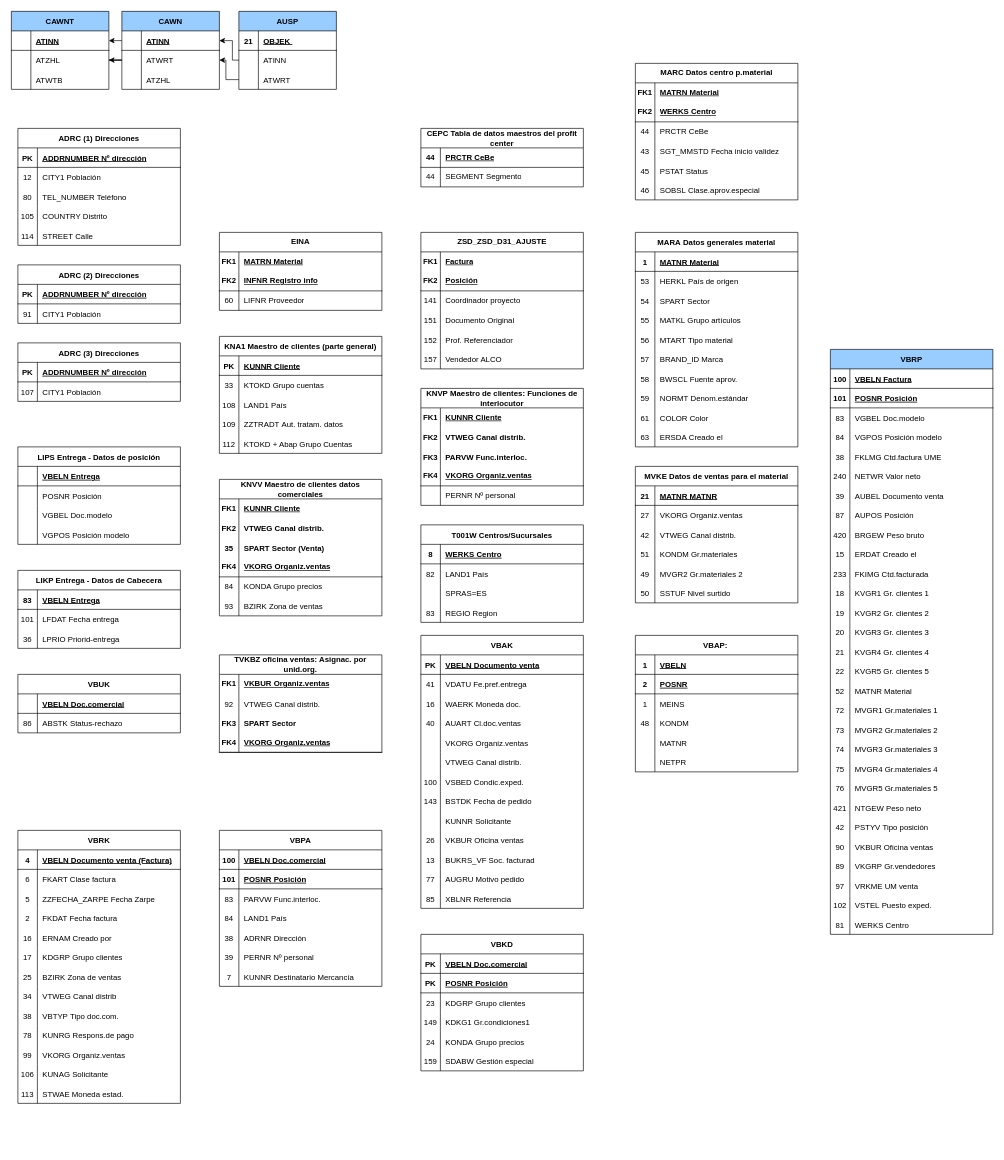
Above: Untitled Diagram.drawio in Jacarrascoh1977/Ventas_Y_Contribuciones (draw.io), before the change. Source tidied: cells renumbered, new cells numbered last; positions are measured from the earlier drawing's top-left corner, leaving out a move shared by most shapes. Both pictures are drawn from the tidied source at 65%, with x=0, y=0 at pixel (11, 11).
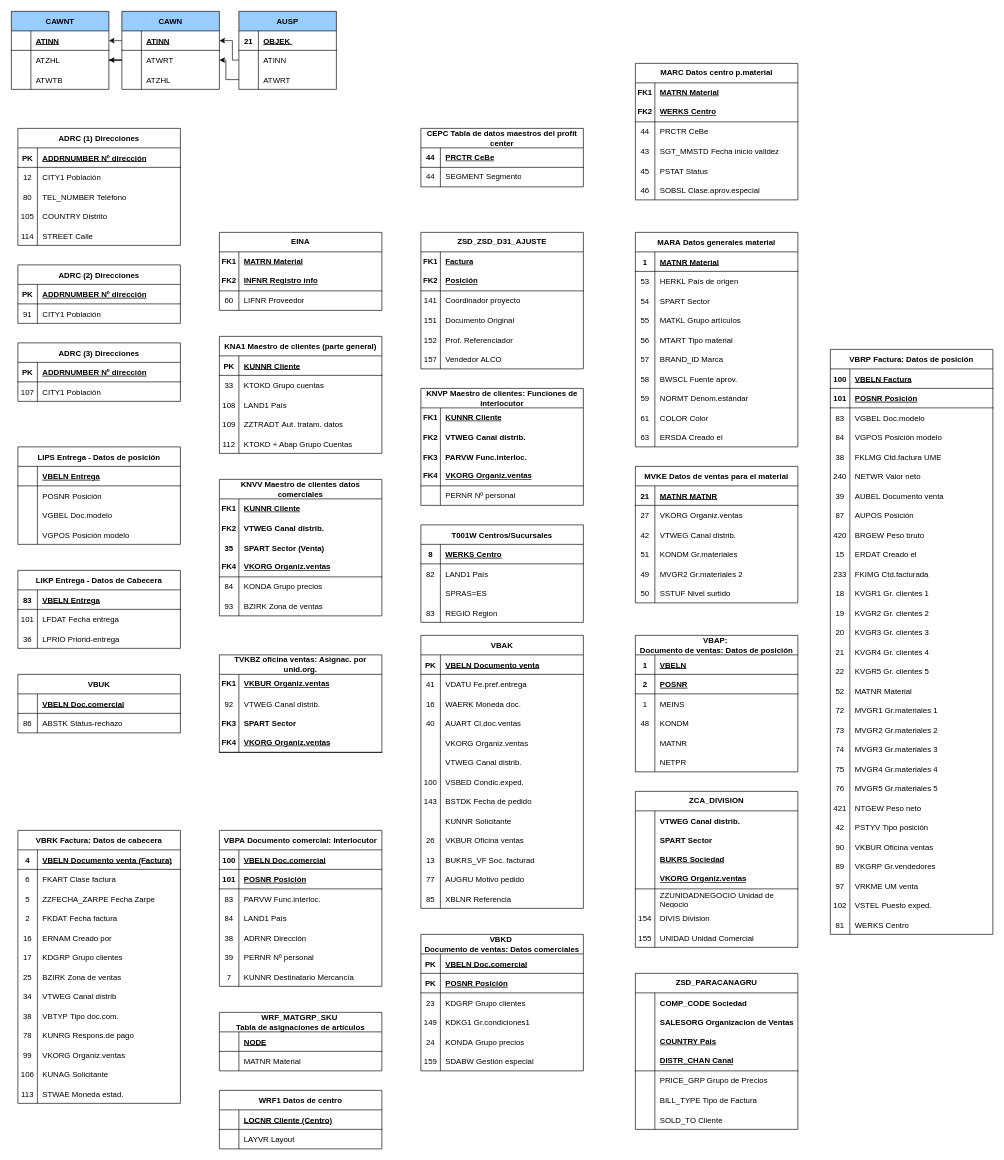
Above is the later version.

What changed in the source:
```diff
@@
-    <mxCell id="311" value="VBAP: " style="shape=table;startSize=30;childLayout=tableLayout;rowLines=0;fontStyle=1;align=center;" parent="1" vertex="1">
+    <mxCell id="311" value="VBAP: &#10;Documento de ventas: Datos de posición" style="shape=table;startSize=30;childLayout=tableLayout;rowLines=0;fontStyle=1;align=center;" parent="1" vertex="1">
       <mxGeometry x="960" y="960" width="250" height="210" as="geometry" />
     </mxCell>
@@
-    <mxCell id="330" value="VBKD" style="shape=table;startSize=30;childLayout=tableLayout;rowLines=0;fontStyle=1;align=center;" parent="1" vertex="1">
+    <mxCell id="330" value="VBKD &#10;Documento de ventas: Datos comerciales" style="shape=table;startSize=30;childLayout=tableLayout;rowLines=0;fontStyle=1;align=center;" parent="1" vertex="1">
       <mxGeometry x="630" y="1420" width="250" height="210" as="geometry" />
     </mxCell>
@@
-    <mxCell id="356" value="VBRK" style="shape=table;startSize=30;childLayout=tableLayout;rowLines=0;fontStyle=1;align=center;" parent="1" vertex="1">
+    <mxCell id="356" value="VBRK Factura: Datos de cabecera" style="shape=table;startSize=30;childLayout=tableLayout;rowLines=0;fontStyle=1;align=center;" parent="1" vertex="1">
       <mxGeometry x="10" y="1260" width="250" height="420" as="geometry" />
     </mxCell>
@@
-    <mxCell id="396" value="VBRP" style="shape=table;startSize=30;childLayout=tableLayout;rowLines=0;fontStyle=1;align=center;fillColor=#99CCFF;" parent="1" vertex="1">
+    <mxCell id="396" value="VBRP Factura: Datos de posición" style="shape=table;startSize=30;childLayout=tableLayout;rowLines=0;fontStyle=1;align=center;" parent="1" vertex="1">
       <mxGeometry x="1260" y="520" width="250" height="900" as="geometry" />
     </mxCell>
@@
-    <mxCell id="484" value="VBPA" style="shape=table;startSize=30;childLayout=tableLayout;rowLines=0;fontStyle=1;align=center;" parent="1" vertex="1">
+    <mxCell id="484" value="VBPA Documento comercial: Interlocutor" style="shape=table;startSize=30;childLayout=tableLayout;rowLines=0;fontStyle=1;align=center;" parent="1" vertex="1">
       <mxGeometry x="320" y="1260" width="250" height="240" as="geometry" />
     </mxCell>
@@
+    <mxCell id="506" value="WRF_MATGRP_SKU &#10;Tabla de asignaciones de artículos" style="shape=table;startSize=30;childLayout=tableLayout;rowLines=0;fontStyle=1;align=center;" parent="1" vertex="1">
+      <mxGeometry x="320" y="1540" width="250" height="90" as="geometry" />
+    </mxCell>
+    <mxCell id="507" style="shape=partialRectangle;fillColor=none;top=0;left=0;right=0;bottom=1;" parent="506" vertex="1">
+      <mxGeometry y="30" width="250" height="30" as="geometry" />
+    </mxCell>
+    <mxCell id="508" style="shape=partialRectangle;overflow=hidden;fillColor=none;top=0;left=0;bottom=0;right=0;fontStyle=1;" parent="507" vertex="1">
+      <mxGeometry width="30" height="30" as="geometry" />
+    </mxCell>
+    <mxCell id="509" value="NODE" style="shape=partialRectangle;overflow=hidden;fillColor=none;top=0;left=0;bottom=0;right=0;align=left;spacingLeft=6;fontStyle=5;" parent="507" vertex="1">
+      <mxGeometry x="30" width="220" height="30" as="geometry" />
+    </mxCell>
+    <mxCell id="510" style="shape=partialRectangle;fillColor=none;top=0;left=0;right=0;bottom=0;" parent="506" vertex="1">
+      <mxGeometry y="60" width="250" height="30" as="geometry" />
+    </mxCell>
+    <mxCell id="511" style="shape=partialRectangle;overflow=hidden;fillColor=none;top=0;left=0;bottom=0;right=0;" parent="510" vertex="1">
+      <mxGeometry width="30" height="30" as="geometry" />
+    </mxCell>
+    <mxCell id="512" value="MATNR Material" style="shape=partialRectangle;overflow=hidden;fillColor=none;top=0;left=0;bottom=0;right=0;align=left;spacingLeft=6;" parent="510" vertex="1">
+      <mxGeometry x="30" width="220" height="30" as="geometry" />
+    </mxCell>
+    <mxCell id="513" value="WRF1 Datos de centro" style="shape=table;startSize=30;childLayout=tableLayout;rowLines=0;fontStyle=1;align=center;" parent="1" vertex="1">
+      <mxGeometry x="320" y="1660" width="250" height="90" as="geometry" />
+    </mxCell>
+    <mxCell id="514" style="shape=partialRectangle;fillColor=none;top=0;left=0;right=0;bottom=1;" parent="513" vertex="1">
+      <mxGeometry y="30" width="250" height="30" as="geometry" />
+    </mxCell>
+    <mxCell id="515" style="shape=partialRectangle;overflow=hidden;fillColor=none;top=0;left=0;bottom=0;right=0;fontStyle=1;" parent="514" vertex="1">
+      <mxGeometry width="30" height="30" as="geometry" />
+    </mxCell>
+    <mxCell id="516" value="LOCNR Cliente (Centro)" style="shape=partialRectangle;overflow=hidden;fillColor=none;top=0;left=0;bottom=0;right=0;align=left;spacingLeft=6;fontStyle=5;" parent="514" vertex="1">
+      <mxGeometry x="30" width="220" height="30" as="geometry" />
+    </mxCell>
+    <mxCell id="517" style="shape=partialRectangle;fillColor=none;top=0;left=0;right=0;bottom=0;" parent="513" vertex="1">
+      <mxGeometry y="60" width="250" height="30" as="geometry" />
+    </mxCell>
+    <mxCell id="518" style="shape=partialRectangle;overflow=hidden;fillColor=none;top=0;left=0;bottom=0;right=0;" parent="517" vertex="1">
+      <mxGeometry width="30" height="30" as="geometry" />
+    </mxCell>
+    <mxCell id="519" value="LAYVR Layout" style="shape=partialRectangle;overflow=hidden;fillColor=none;top=0;left=0;bottom=0;right=0;align=left;spacingLeft=6;" parent="517" vertex="1">
+      <mxGeometry x="30" width="220" height="30" as="geometry" />
+    </mxCell>
+    <mxCell id="520" value="ZCA_DIVISION" style="shape=table;startSize=30;childLayout=tableLayout;rowLines=0;fontStyle=1;align=center;html=1;whiteSpace=wrap;" parent="1" vertex="1">
+      <mxGeometry x="960" y="1200" width="250" height="240" as="geometry" />
+    </mxCell>
+    <mxCell id="521" style="shape=tableRow;horizontal=0;startSize=0;swimlaneHead=0;swimlaneBody=0;fillColor=none;top=0;left=0;right=0;bottom=0;" parent="520" vertex="1">
+      <mxGeometry y="30" width="250" height="30" as="geometry" />
+    </mxCell>
+    <mxCell id="522" style="shape=partialRectangle;fillColor=none;top=0;left=0;bottom=0;right=0;overflow=hidden;" parent="521" vertex="1">
+      <mxGeometry width="30" height="30" as="geometry" />
+    </mxCell>
+    <mxCell id="523" value="VTWEG Canal distrib." style="shape=partialRectangle;fillColor=none;top=0;left=0;bottom=0;right=0;align=left;spacingLeft=6;overflow=hidden;fontStyle=1;" parent="521" vertex="1">
+      <mxGeometry x="30" width="220" height="30" as="geometry" />
+    </mxCell>
+    <mxCell id="524" style="shape=tableRow;horizontal=0;startSize=0;swimlaneHead=0;swimlaneBody=0;fillColor=none;top=0;left=0;right=0;bottom=0;" parent="520" vertex="1">
+      <mxGeometry y="60" width="250" height="30" as="geometry" />
+    </mxCell>
+    <mxCell id="525" style="shape=partialRectangle;fillColor=none;top=0;left=0;bottom=0;right=0;overflow=hidden;" parent="524" vertex="1">
+      <mxGeometry width="30" height="30" as="geometry" />
+    </mxCell>
+    <mxCell id="526" value="SPART Sector" style="shape=partialRectangle;fillColor=none;top=0;left=0;bottom=0;right=0;align=left;spacingLeft=6;overflow=hidden;fontStyle=1;" parent="524" vertex="1">
+      <mxGeometry x="30" width="220" height="30" as="geometry" />
+    </mxCell>
+    <mxCell id="527" style="shape=tableRow;horizontal=0;startSize=0;swimlaneHead=0;swimlaneBody=0;fillColor=none;top=0;left=0;right=0;bottom=0;html=1;" parent="520" vertex="1">
+      <mxGeometry y="90" width="250" height="30" as="geometry" />
+    </mxCell>
+    <mxCell id="528" style="shape=partialRectangle;fillColor=none;top=0;left=0;bottom=0;right=0;fontStyle=1;overflow=hidden;html=1;whiteSpace=wrap;" parent="527" vertex="1">
+      <mxGeometry width="30" height="30" as="geometry" />
+    </mxCell>
+    <mxCell id="529" value="BUKRS&amp;nbsp;Sociedad" style="shape=partialRectangle;fillColor=none;top=0;left=0;bottom=0;right=0;align=left;spacingLeft=6;fontStyle=5;overflow=hidden;html=1;whiteSpace=wrap;" parent="527" vertex="1">
+      <mxGeometry x="30" width="220" height="30" as="geometry" />
+    </mxCell>
+    <mxCell id="530" style="shape=tableRow;horizontal=0;startSize=0;swimlaneHead=0;swimlaneBody=0;fillColor=none;top=0;left=0;right=0;bottom=1;html=1;" parent="520" vertex="1">
+      <mxGeometry y="120" width="250" height="30" as="geometry" />
+    </mxCell>
+    <mxCell id="531" style="shape=partialRectangle;fillColor=none;top=0;left=0;bottom=0;right=0;fontStyle=1;overflow=hidden;html=1;whiteSpace=wrap;" parent="530" vertex="1">
+      <mxGeometry width="30" height="30" as="geometry" />
+    </mxCell>
+    <mxCell id="532" value="VKORG&amp;nbsp;Organiz.ventas" style="shape=partialRectangle;fillColor=none;top=0;left=0;bottom=0;right=0;align=left;spacingLeft=6;fontStyle=5;overflow=hidden;html=1;whiteSpace=wrap;" parent="530" vertex="1">
+      <mxGeometry x="30" width="220" height="30" as="geometry" />
+    </mxCell>
+    <mxCell id="533" style="shape=tableRow;horizontal=0;startSize=0;swimlaneHead=0;swimlaneBody=0;fillColor=none;top=0;left=0;right=0;bottom=0;html=1;" parent="520" vertex="1">
+      <mxGeometry y="150" width="250" height="30" as="geometry" />
+    </mxCell>
+    <mxCell id="534" style="shape=partialRectangle;fillColor=none;top=0;left=0;bottom=0;right=0;overflow=hidden;html=1;whiteSpace=wrap;" parent="533" vertex="1">
+      <mxGeometry width="30" height="30" as="geometry" />
+    </mxCell>
+    <mxCell id="535" value="ZZUNIDADNEGOCIO&amp;nbsp;Unidad de Negocio" style="shape=partialRectangle;fillColor=none;top=0;left=0;bottom=0;right=0;align=left;spacingLeft=6;overflow=hidden;html=1;whiteSpace=wrap;" parent="533" vertex="1">
+      <mxGeometry x="30" width="220" height="30" as="geometry" />
+    </mxCell>
+    <mxCell id="536" style="shape=tableRow;horizontal=0;startSize=0;swimlaneHead=0;swimlaneBody=0;fillColor=none;top=0;left=0;right=0;bottom=0;" parent="520" vertex="1">
+      <mxGeometry y="180" width="250" height="30" as="geometry" />
+    </mxCell>
+    <mxCell id="537" value="154" style="shape=partialRectangle;fillColor=none;top=0;left=0;bottom=0;right=0;overflow=hidden;" parent="536" vertex="1">
+      <mxGeometry width="30" height="30" as="geometry" />
+    </mxCell>
+    <mxCell id="538" value="DIVIS Division" style="shape=partialRectangle;fillColor=none;top=0;left=0;bottom=0;right=0;align=left;spacingLeft=6;overflow=hidden;" parent="536" vertex="1">
+      <mxGeometry x="30" width="220" height="30" as="geometry" />
+    </mxCell>
+    <mxCell id="539" style="shape=tableRow;horizontal=0;startSize=0;swimlaneHead=0;swimlaneBody=0;fillColor=none;top=0;left=0;right=0;bottom=0;" parent="520" vertex="1">
+      <mxGeometry y="210" width="250" height="30" as="geometry" />
+    </mxCell>
+    <mxCell id="540" value="155" style="shape=partialRectangle;fillColor=none;top=0;left=0;bottom=0;right=0;overflow=hidden;" parent="539" vertex="1">
+      <mxGeometry width="30" height="30" as="geometry" />
+    </mxCell>
+    <mxCell id="541" value="UNIDAD Unidad Comercial" style="shape=partialRectangle;fillColor=none;top=0;left=0;bottom=0;right=0;align=left;spacingLeft=6;overflow=hidden;" parent="539" vertex="1">
+      <mxGeometry x="30" width="220" height="30" as="geometry" />
+    </mxCell>
+    <mxCell id="542" value="ZSD_PARACANAGRU" style="shape=table;startSize=30;childLayout=tableLayout;rowLines=0;fontStyle=1;align=center;html=1;whiteSpace=wrap;" parent="1" vertex="1">
+      <mxGeometry x="960" y="1480" width="250" height="240" as="geometry" />
+    </mxCell>
+    <mxCell id="543" style="shape=tableRow;horizontal=0;startSize=0;swimlaneHead=0;swimlaneBody=0;fillColor=none;top=0;left=0;right=0;bottom=0;" parent="542" vertex="1">
+      <mxGeometry y="30" width="250" height="30" as="geometry" />
+    </mxCell>
+    <mxCell id="544" style="shape=partialRectangle;fillColor=none;top=0;left=0;bottom=0;right=0;overflow=hidden;" parent="543" vertex="1">
+      <mxGeometry width="30" height="30" as="geometry" />
+    </mxCell>
+    <mxCell id="545" value="COMP_CODE Sociedad" style="shape=partialRectangle;fillColor=none;top=0;left=0;bottom=0;right=0;align=left;spacingLeft=6;overflow=hidden;fontStyle=1;" parent="543" vertex="1">
+      <mxGeometry x="30" width="220" height="30" as="geometry" />
+    </mxCell>
+    <mxCell id="546" style="shape=tableRow;horizontal=0;startSize=0;swimlaneHead=0;swimlaneBody=0;fillColor=none;top=0;left=0;right=0;bottom=0;" parent="542" vertex="1">
+      <mxGeometry y="60" width="250" height="30" as="geometry" />
+    </mxCell>
+    <mxCell id="547" style="shape=partialRectangle;fillColor=none;top=0;left=0;bottom=0;right=0;overflow=hidden;" parent="546" vertex="1">
+      <mxGeometry width="30" height="30" as="geometry" />
+    </mxCell>
+    <mxCell id="548" value="SALESORG Organizacion de Ventas" style="shape=partialRectangle;fillColor=none;top=0;left=0;bottom=0;right=0;align=left;spacingLeft=6;overflow=hidden;fontStyle=1;" parent="546" vertex="1">
+      <mxGeometry x="30" width="220" height="30" as="geometry" />
+    </mxCell>
+    <mxCell id="549" style="shape=tableRow;horizontal=0;startSize=0;swimlaneHead=0;swimlaneBody=0;fillColor=none;top=0;left=0;right=0;bottom=0;html=1;" parent="542" vertex="1">
+      <mxGeometry y="90" width="250" height="30" as="geometry" />
+    </mxCell>
+    <mxCell id="550" style="shape=partialRectangle;fillColor=none;top=0;left=0;bottom=0;right=0;fontStyle=1;overflow=hidden;html=1;whiteSpace=wrap;" parent="549" vertex="1">
+      <mxGeometry width="30" height="30" as="geometry" />
+    </mxCell>
+    <mxCell id="551" value="COUNTRY Pais" style="shape=partialRectangle;fillColor=none;top=0;left=0;bottom=0;right=0;align=left;spacingLeft=6;fontStyle=5;overflow=hidden;html=1;whiteSpace=wrap;" parent="549" vertex="1">
+      <mxGeometry x="30" width="220" height="30" as="geometry" />
+    </mxCell>
+    <mxCell id="552" style="shape=tableRow;horizontal=0;startSize=0;swimlaneHead=0;swimlaneBody=0;fillColor=none;top=0;left=0;right=0;bottom=1;html=1;" parent="542" vertex="1">
+      <mxGeometry y="120" width="250" height="30" as="geometry" />
+    </mxCell>
+    <mxCell id="553" style="shape=partialRectangle;fillColor=none;top=0;left=0;bottom=0;right=0;fontStyle=1;overflow=hidden;html=1;whiteSpace=wrap;" parent="552" vertex="1">
+      <mxGeometry width="30" height="30" as="geometry" />
+    </mxCell>
+    <mxCell id="554" value="DISTR_CHAN Canal" style="shape=partialRectangle;fillColor=none;top=0;left=0;bottom=0;right=0;align=left;spacingLeft=6;fontStyle=5;overflow=hidden;html=1;whiteSpace=wrap;" parent="552" vertex="1">
+      <mxGeometry x="30" width="220" height="30" as="geometry" />
+    </mxCell>
+    <mxCell id="555" style="shape=tableRow;horizontal=0;startSize=0;swimlaneHead=0;swimlaneBody=0;fillColor=none;top=0;left=0;right=0;bottom=0;html=1;" parent="542" vertex="1">
+      <mxGeometry y="150" width="250" height="30" as="geometry" />
+    </mxCell>
+    <mxCell id="556" style="shape=partialRectangle;fillColor=none;top=0;left=0;bottom=0;right=0;overflow=hidden;html=1;whiteSpace=wrap;" parent="555" vertex="1">
+      <mxGeometry width="30" height="30" as="geometry" />
+    </mxCell>
+    <mxCell id="557" value="PRICE_GRP Grupo de Precios" style="shape=partialRectangle;fillColor=none;top=0;left=0;bottom=0;right=0;align=left;spacingLeft=6;overflow=hidden;html=1;whiteSpace=wrap;" parent="555" vertex="1">
+      <mxGeometry x="30" width="220" height="30" as="geometry" />
+    </mxCell>
+    <mxCell id="558" style="shape=tableRow;horizontal=0;startSize=0;swimlaneHead=0;swimlaneBody=0;fillColor=none;top=0;left=0;right=0;bottom=0;" parent="542" vertex="1">
+      <mxGeometry y="180" width="250" height="30" as="geometry" />
+    </mxCell>
+    <mxCell id="559" style="shape=partialRectangle;fillColor=none;top=0;left=0;bottom=0;right=0;overflow=hidden;" parent="558" vertex="1">
+      <mxGeometry width="30" height="30" as="geometry" />
+    </mxCell>
+    <mxCell id="560" value="BILL_TYPE Tipo de Factura" style="shape=partialRectangle;fillColor=none;top=0;left=0;bottom=0;right=0;align=left;spacingLeft=6;overflow=hidden;" parent="558" vertex="1">
+      <mxGeometry x="30" width="220" height="30" as="geometry" />
+    </mxCell>
+    <mxCell id="561" style="shape=tableRow;horizontal=0;startSize=0;swimlaneHead=0;swimlaneBody=0;fillColor=none;top=0;left=0;right=0;bottom=0;" parent="542" vertex="1">
+      <mxGeometry y="210" width="250" height="30" as="geometry" />
+    </mxCell>
+    <mxCell id="562" style="shape=partialRectangle;fillColor=none;top=0;left=0;bottom=0;right=0;overflow=hidden;" parent="561" vertex="1">
+      <mxGeometry width="30" height="30" as="geometry" />
+    </mxCell>
+    <mxCell id="563" value="SOLD_TO Cliente" style="shape=partialRectangle;fillColor=none;top=0;left=0;bottom=0;right=0;align=left;spacingLeft=6;overflow=hidden;" parent="561" vertex="1">
+      <mxGeometry x="30" width="220" height="30" as="geometry" />
+    </mxCell>
```
